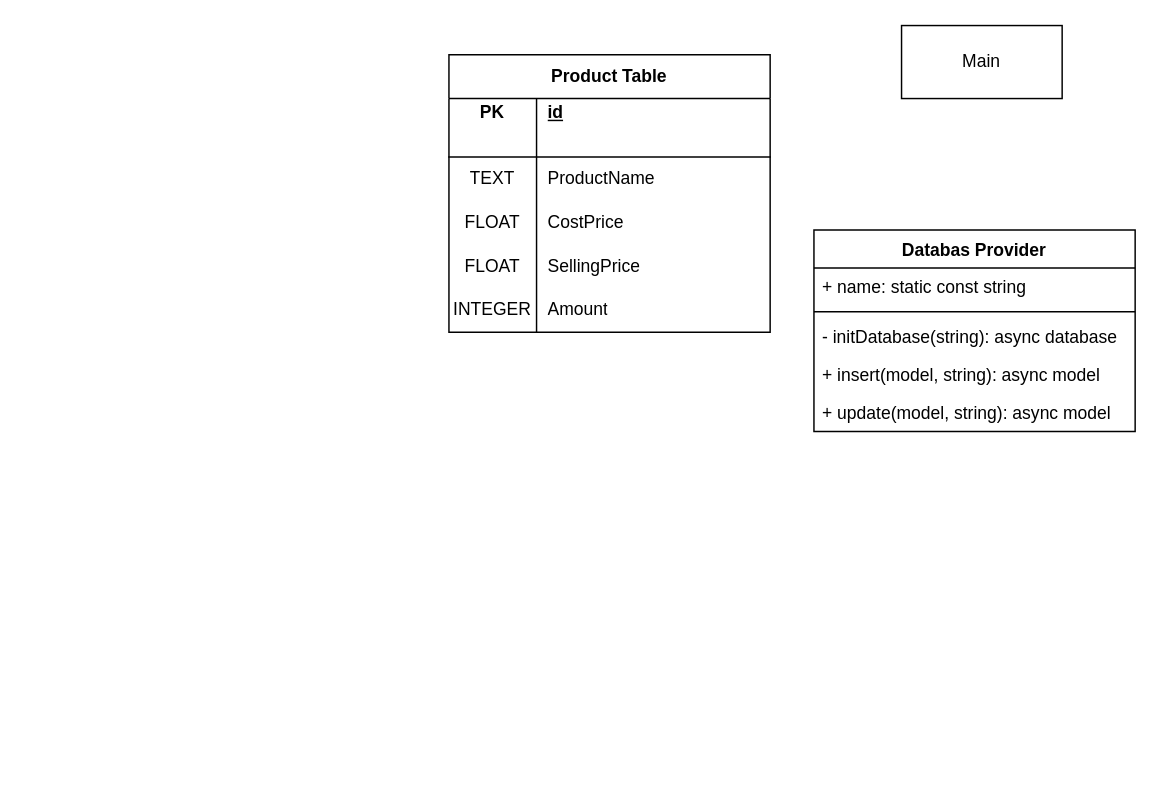
Before: Diagrama sem nome.drawio in Gabriel-Spinola/Solving-LeetCode-Problems-lol, a draw.io diagram. Source tidied: cells renumbered, new cells numbered last; positions are measured from the earlier drawing's top-left corner, leaving out a move shared by most shapes. Both pictures are drawn from the tidied source at 146%, with x=0, y=0 at pixel (448, 25).
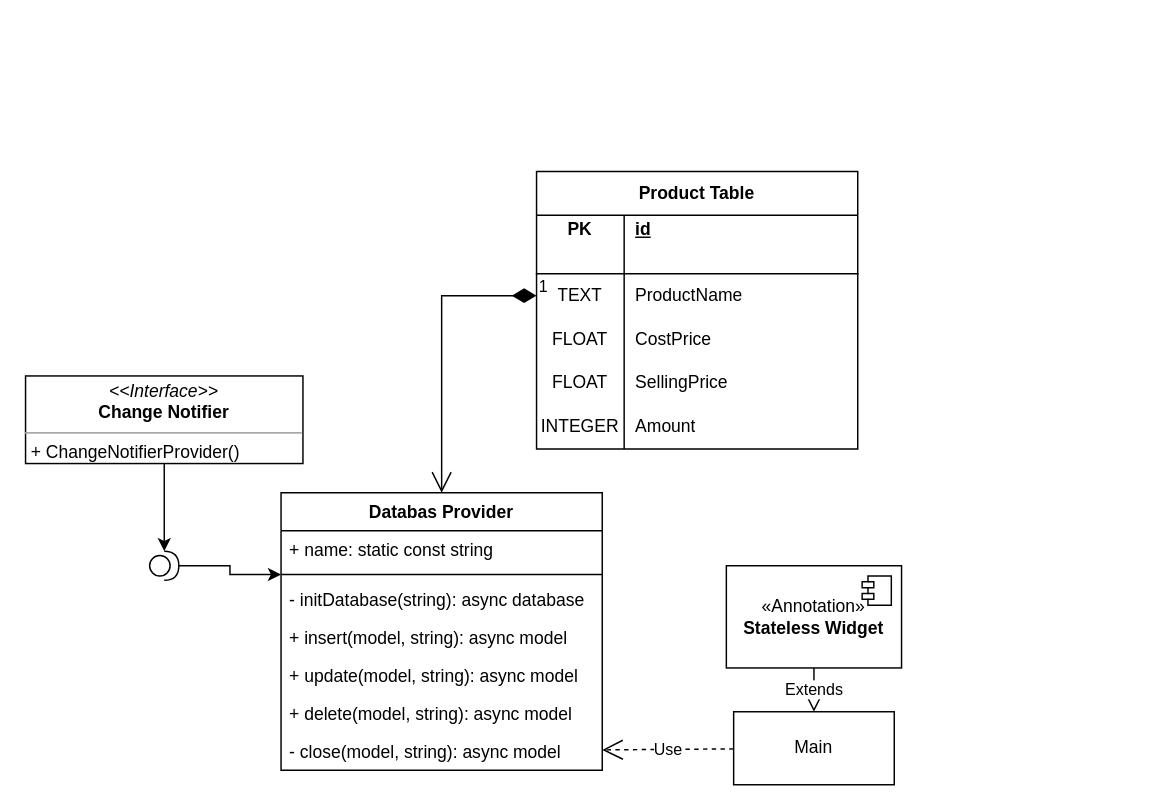
The same diagram, later.

The change refers to these unchanged cells:
```xml
<mxCell id="10" style="shape=tableRow;horizontal=0;startSize=0;swimlaneHead=0;swimlaneBody=0;fillColor=none;points=[[0,0.5],[1,0.5]];portConstraint=eastwest;top=0;left=0;right=0;bottom=0;html=1;" parent="3" vertex="1">
  <mxGeometry y="70" width="220" height="30" as="geometry" />
</mxCell>
<mxCell id="24" style="line;strokeWidth=1;fillColor=none;align=left;verticalAlign=middle;spacingTop=-1;spacingLeft=3;spacingRight=3;labelPosition=right;points=[];portConstraint=eastwest;strokeColor=inherit;" parent="22" vertex="1">
  <mxGeometry y="52" width="220" height="8" as="geometry" />
</mxCell>
```

Change to the diagram source:
```diff
@@
     <mxCell id="2" value="Main" style="html=1;whiteSpace=wrap;" parent="1" vertex="1">
-      <mxGeometry x="310" width="110" height="50" as="geometry" />
+      <mxGeometry x="195" y="470" width="110" height="50" as="geometry" />
     </mxCell>
     <mxCell id="3" value="Product Table" style="shape=table;startSize=30;childLayout=tableLayout;rowLines=0;fontStyle=1;align=center;html=1;whiteSpace=wrap;" parent="1" vertex="1">
-      <mxGeometry y="20" width="220" height="190" as="geometry" />
+      <mxGeometry x="60" y="100" width="220" height="190" as="geometry" />
     </mxCell>
@@
     <mxCell id="22" value="Databas Provider&lt;br&gt;" style="swimlane;fontStyle=1;align=center;verticalAlign=top;horizontal=1;startSize=26;whiteSpace=wrap;html=1;" parent="1" vertex="1">
-      <mxGeometry x="250" y="140" width="220" height="138" as="geometry" />
+      <mxGeometry x="-115" y="320" width="220" height="190" as="geometry" />
     </mxCell>
@@
+    <mxCell id="28" value="+ delete(model, string): async model" style="text;strokeColor=none;fillColor=none;align=left;verticalAlign=top;spacingLeft=4;spacingRight=4;overflow=hidden;whiteSpace=wrap;html=1;" parent="22" vertex="1">
+      <mxGeometry y="138" width="220" height="26" as="geometry" />
+    </mxCell>
+    <mxCell id="29" value="- close(model, string): async model" style="text;strokeColor=none;fillColor=none;align=left;verticalAlign=top;spacingLeft=4;spacingRight=4;overflow=hidden;points=[[0,0.5],[1,0.5]];portConstraint=eastwest;whiteSpace=wrap;html=1;" parent="22" vertex="1">
+      <mxGeometry y="164" width="220" height="26" as="geometry" />
+    </mxCell>
+    <mxCell id="30" style="edgeStyle=orthogonalEdgeStyle;rounded=0;jettySize=auto;html=1;" parent="1" edge="1" source="31" target="33">
+      <mxGeometry relative="1" as="geometry" />
+    </mxCell>
+    <mxCell id="31" value="&lt;p style=&quot;margin:0px;margin-top:4px;text-align:center;&quot;&gt;&lt;i&gt;&amp;lt;&amp;lt;Interface&amp;gt;&amp;gt;&lt;/i&gt;&lt;br&gt;&lt;b&gt;Change Notifier&lt;br&gt;&lt;/b&gt;&lt;/p&gt;&lt;hr size=&quot;1&quot;&gt;&lt;p style=&quot;margin:0px;margin-left:4px;&quot;&gt;+ ChangeNotifierProvider()&lt;/p&gt;" style="verticalAlign=top;align=left;overflow=fill;fontSize=12;fontFamily=Helvetica;html=1;whiteSpace=wrap;" parent="1" vertex="1">
+      <mxGeometry x="-290" y="240" width="190" height="60" as="geometry" />
+    </mxCell>
+    <mxCell id="32" style="edgeStyle=orthogonalEdgeStyle;rounded=0;jettySize=auto;html=1;" parent="1" edge="1" source="33" target="24">
+      <mxGeometry relative="1" as="geometry" />
+    </mxCell>
+    <mxCell id="33" style="shape=providedRequiredInterface;html=1;verticalLabelPosition=bottom;sketch=0;" parent="1" vertex="1">
+      <mxGeometry x="-205" y="360" width="20" height="20" as="geometry" />
+    </mxCell>
+    <mxCell id="34" value="Use" style="endArrow=open;endSize=12;dashed=1;html=1;rounded=0;" parent="1" edge="1" source="2" target="29">
+      <mxGeometry relative="1" as="geometry" />
+    </mxCell>
+    <mxCell id="35" value="1" style="endArrow=open;html=1;endSize=12;startArrow=diamondThin;startSize=14;startFill=1;edgeStyle=orthogonalEdgeStyle;align=left;verticalAlign=bottom;rounded=0;exitX=0;exitY=0.5;exitDx=0;exitDy=0;entryX=0.5;entryY=0;entryDx=0;entryDy=0;" parent="1" edge="1" source="10" target="22">
+      <mxGeometry x="-1" y="3" relative="1" as="geometry" />
+    </mxCell>
+    <mxCell id="36" value="«Annotation»&lt;br&gt;&lt;b&gt;Stateless Widget&lt;/b&gt;" style="html=1;whiteSpace=wrap;" parent="1" vertex="1">
+      <mxGeometry x="190" y="370" width="120" height="70" as="geometry" />
+    </mxCell>
+    <mxCell id="37" style="shape=module;jettyWidth=8;jettyHeight=4;" parent="36" vertex="1">
+      <mxGeometry x="1" width="20" height="20" relative="1" as="geometry">
+        <mxPoint x="-27" y="7" as="offset" />
+      </mxGeometry>
+    </mxCell>
+    <mxCell id="38" value="Extends" style="endArrow=block;endSize=16;endFill=0;html=1;rounded=0;exitX=0.5;exitY=1;exitDx=0;exitDy=0;" parent="1" edge="1" source="36" target="2">
+      <mxGeometry relative="1" as="geometry" />
+    </mxCell>
```
